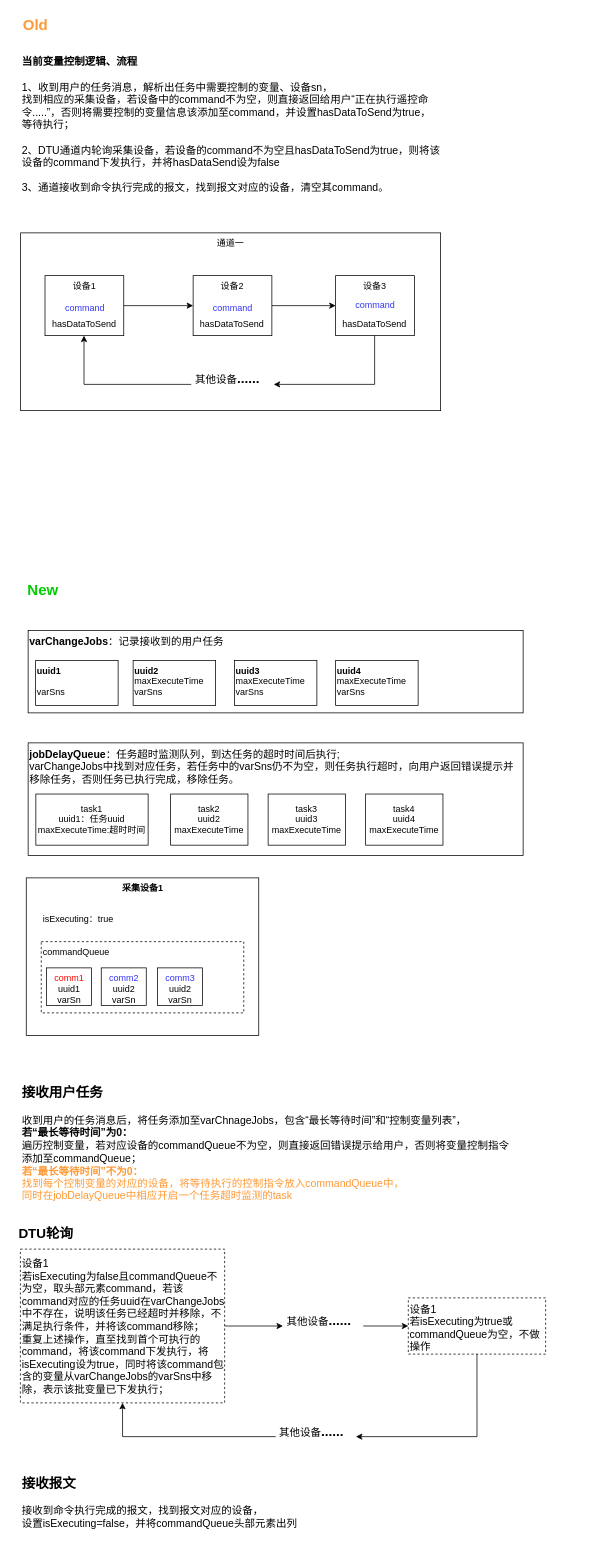
foreverfirst/draw keeps this draw.io diagram as 设备控制.drawio. Above is the earlier version. Source tidied: cells renumbered, new cells numbered last; positions are measured from the earlier drawing's top-left corner, leaving out a move shared by most shapes. Both pictures are drawn from the tidied source at 75%, with x=0, y=0 at pixel (13, 13).
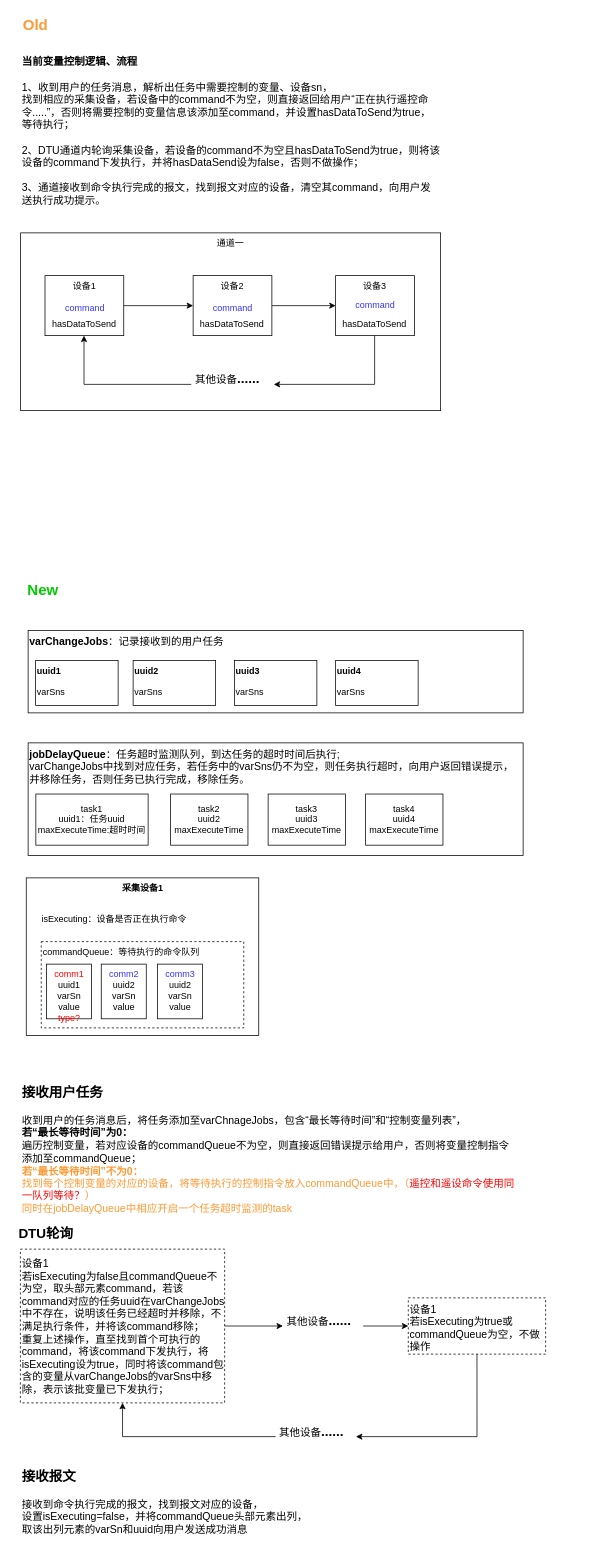
Above is the later version.

Commit message (it also covers changes not shown here):
更新设备控制.drawio

Unchanged cells that the change refers to:
```xml
<mxCell id="4" style="group;" parent="1" vertex="1">
  <mxGeometry x="20" y="823" width="660" height="110" as="geometry" />
</mxCell>
<mxCell id="10" style="group;" parent="1" vertex="1">
  <mxGeometry x="17.5" y="1153" width="310" height="210" as="geometry" />
</mxCell>
<mxCell id="18" style="group;" parent="1" vertex="1">
  <mxGeometry x="20" y="973" width="660" height="150" as="geometry" />
</mxCell>
```

The edit, as a diff of the source:
```diff
@@
-    <mxCell id="3" value="&lt;font style=&quot;font-size: 18px;&quot;&gt;&lt;b&gt;接收报文&lt;br&gt;&lt;/b&gt;&lt;/font&gt;&lt;br&gt;接收到命令执行完成的报文，找到报文对应的设备，&lt;br style=&quot;font-size: 14px;&quot;&gt;设置isExecuting=false，并将commandQueue头部元素出列" style="text;html=1;strokeColor=none;fillColor=none;align=left;verticalAlign=middle;whiteSpace=wrap;rounded=0;fontSize=14;" parent="1" vertex="1">
+    <mxCell id="3" value="&lt;font style=&quot;font-size: 18px;&quot;&gt;&lt;b&gt;接收报文&lt;br&gt;&lt;/b&gt;&lt;/font&gt;&lt;br&gt;接收到命令执行完成的报文，找到报文对应的设备，&lt;br style=&quot;font-size: 14px;&quot;&gt;设置isExecuting=false，并将commandQueue头部元素出列，&lt;br&gt;取该出列元素的varSn和uuid向用户发送成功消息" style="text;html=1;strokeColor=none;fillColor=none;align=left;verticalAlign=middle;whiteSpace=wrap;rounded=0;fontSize=14;" parent="1" vertex="1">
       <mxGeometry x="10" y="1941" width="760" height="90" as="geometry" />
     </mxCell>
@@
-    <mxCell id="7" value="&lt;b&gt;uuid2&lt;/b&gt;&lt;br&gt;maxExecuteTime&lt;br&gt;varSns" style="text;html=1;strokeColor=default;fillColor=none;align=left;verticalAlign=top;whiteSpace=wrap;rounded=0;" parent="4" vertex="1">
+    <mxCell id="7" value="&lt;b&gt;uuid2&lt;/b&gt;&lt;br&gt;&lt;br&gt;varSns" style="text;html=1;strokeColor=default;fillColor=none;align=left;verticalAlign=top;whiteSpace=wrap;rounded=0;" parent="4" vertex="1">
       <mxGeometry x="140" y="40" width="110" height="60" as="geometry" />
     </mxCell>
-    <mxCell id="8" value="&lt;b&gt;uuid3&lt;/b&gt;&lt;br&gt;maxExecuteTime&lt;br&gt;varSns" style="text;html=1;strokeColor=default;fillColor=none;align=left;verticalAlign=top;whiteSpace=wrap;rounded=0;" parent="4" vertex="1">
+    <mxCell id="8" value="&lt;b&gt;uuid3&lt;/b&gt;&lt;br&gt;&lt;br&gt;varSns" style="text;html=1;strokeColor=default;fillColor=none;align=left;verticalAlign=top;whiteSpace=wrap;rounded=0;" parent="4" vertex="1">
       <mxGeometry x="275" y="40" width="110" height="60" as="geometry" />
     </mxCell>
-    <mxCell id="9" value="&lt;b&gt;uuid4&lt;/b&gt;&lt;br&gt;maxExecuteTime&lt;br&gt;varSns" style="text;html=1;strokeColor=default;fillColor=none;align=left;verticalAlign=top;whiteSpace=wrap;rounded=0;" parent="4" vertex="1">
+    <mxCell id="9" value="&lt;b&gt;uuid4&lt;/b&gt;&lt;br&gt;&lt;br&gt;varSns" style="text;html=1;strokeColor=default;fillColor=none;align=left;verticalAlign=top;whiteSpace=wrap;rounded=0;" parent="4" vertex="1">
       <mxGeometry x="410" y="40" width="110" height="60" as="geometry" />
     </mxCell>
@@
-    <mxCell id="12" value="isExecuting：true" style="text;html=1;strokeColor=none;fillColor=none;align=center;verticalAlign=middle;whiteSpace=wrap;rounded=0;" parent="10" vertex="1">
-      <mxGeometry x="14" y="40" width="110" height="30" as="geometry" />
+    <mxCell id="12" value="isExecuting：设备是否正在执行命令" style="text;html=1;strokeColor=none;fillColor=none;align=center;verticalAlign=middle;whiteSpace=wrap;rounded=0;" parent="10" vertex="1">
+      <mxGeometry x="14" y="40" width="206" height="30" as="geometry" />
     </mxCell>
     <mxCell id="13" style="group;" parent="10" vertex="1">
-      <mxGeometry x="20" y="85" width="270" height="95" as="geometry" />
+      <mxGeometry x="20" y="85" width="270" height="115" as="geometry" />
     </mxCell>
-    <mxCell id="14" value="commandQueue" style="rounded=0;whiteSpace=wrap;html=1;align=left;verticalAlign=top;dashed=1;" parent="13" vertex="1">
-      <mxGeometry width="270" height="95" as="geometry" />
+    <mxCell id="14" value="commandQueue：等待执行的命令队列" style="rounded=0;whiteSpace=wrap;html=1;align=left;verticalAlign=top;dashed=1;" parent="13" vertex="1">
+      <mxGeometry width="270" height="115" as="geometry" />
     </mxCell>
-    <mxCell id="15" value="&lt;font color=&quot;#3333ff&quot;&gt;comm2&lt;br&gt;&lt;/font&gt;uuid2&lt;br&gt;varSn&lt;font color=&quot;#3333ff&quot;&gt;&lt;br&gt;&lt;/font&gt;" style="text;html=1;strokeColor=default;fillColor=none;align=center;verticalAlign=top;whiteSpace=wrap;rounded=0;" parent="13" vertex="1">
-      <mxGeometry x="80" y="35" width="60" height="50" as="geometry" />
+    <mxCell id="15" value="&lt;font color=&quot;#3333ff&quot;&gt;comm2&lt;br&gt;&lt;/font&gt;uuid2&lt;br&gt;varSn&lt;br&gt;value" style="text;html=1;strokeColor=default;fillColor=none;align=center;verticalAlign=top;whiteSpace=wrap;rounded=0;" parent="13" vertex="1">
+      <mxGeometry x="80" y="30" width="60" height="72.9" as="geometry" />
     </mxCell>
-    <mxCell id="16" value="&lt;font&gt;comm1&lt;br&gt;&lt;font color=&quot;#000000&quot;&gt;uuid1&lt;br&gt;varSn&lt;/font&gt;&lt;br&gt;&lt;/font&gt;" style="text;html=1;strokeColor=default;fillColor=none;align=center;verticalAlign=top;whiteSpace=wrap;rounded=0;fontColor=#FF0000;" parent="13" vertex="1">
-      <mxGeometry x="7" y="35" width="60" height="50" as="geometry" />
+    <mxCell id="16" value="&lt;font&gt;comm1&lt;br&gt;&lt;font color=&quot;#000000&quot;&gt;uuid1&lt;br&gt;varSn&lt;br&gt;value&lt;br&gt;&lt;/font&gt;type?&lt;br&gt;&lt;/font&gt;" style="text;html=1;strokeColor=default;fillColor=none;align=center;verticalAlign=top;whiteSpace=wrap;rounded=0;fontColor=#FF0000;" parent="13" vertex="1">
+      <mxGeometry x="7" y="30" width="60" height="72.9" as="geometry" />
     </mxCell>
-    <mxCell id="17" value="&lt;font color=&quot;#3333ff&quot;&gt;comm3&lt;br&gt;&lt;/font&gt;uuid2&lt;br&gt;varSn&lt;font color=&quot;#3333ff&quot;&gt;&lt;br&gt;&lt;/font&gt;" style="text;html=1;strokeColor=default;fillColor=none;align=center;verticalAlign=top;whiteSpace=wrap;rounded=0;" parent="13" vertex="1">
-      <mxGeometry x="155" y="35" width="60" height="50" as="geometry" />
+    <mxCell id="17" value="&lt;font color=&quot;#3333ff&quot;&gt;comm3&lt;br&gt;&lt;/font&gt;uuid2&lt;br&gt;varSn&lt;br&gt;value" style="text;html=1;strokeColor=default;fillColor=none;align=center;verticalAlign=top;whiteSpace=wrap;rounded=0;" parent="13" vertex="1">
+      <mxGeometry x="155" y="30" width="60" height="72.9" as="geometry" />
     </mxCell>
@@
-    <mxCell id="19" value="&lt;font style=&quot;font-size: 14px;&quot;&gt;&lt;b&gt;jobDelayQueue&lt;/b&gt;：任务超时监测队列，到达任务的超时时间后执行;&lt;br&gt;&lt;span style=&quot;border-color: var(--border-color);&quot;&gt;varChangeJobs中找到对应任务，若&lt;/span&gt;任务中的varSns仍不为空，则任务执行超时，向用户返回错误提示并移除任务，否则任务已执行完成，移除任务。&lt;/font&gt;" style="rounded=0;whiteSpace=wrap;html=1;align=left;verticalAlign=top;" parent="18" vertex="1">
+    <mxCell id="19" value="&lt;font style=&quot;font-size: 14px;&quot;&gt;&lt;b&gt;jobDelayQueue&lt;/b&gt;：任务超时监测队列，到达任务的超时时间后执行;&lt;br&gt;&lt;span style=&quot;border-color: var(--border-color);&quot;&gt;varChangeJobs中找到对应任务，若&lt;/span&gt;任务中的varSns仍不为空，则任务执行超时，向用户返回错误提示，并移除任务，否则任务已执行完成，移除任务。&lt;/font&gt;" style="rounded=0;whiteSpace=wrap;html=1;align=left;verticalAlign=top;" parent="18" vertex="1">
       <mxGeometry width="660" height="150" as="geometry" />
     </mxCell>
@@
-    <mxCell id="35" value="&lt;font style=&quot;font-size: 14px;&quot;&gt;&lt;b&gt;当前变量控制逻辑、流程&lt;/b&gt;&lt;br&gt;&lt;br&gt;1、收到用户的任务消息，解析出任务中需要控制的变量、设备sn，&lt;br&gt;找到相应的采集设备，若设备中的command不为空，则直接返回给用户“正在执行遥控命令.....”，否则将需要控制的变量信息该添加至command，并设置hasDataToSend为true，等待执行；&lt;br&gt;&lt;br&gt;2、DTU通道内轮询采集设备，若设备的command不为空且hasDataToSend为true，则将该设备的command下发执行，并将hasDataSend设为false&lt;br&gt;&lt;br&gt;3、通道接收到命令执行完成的报文，找到报文对应的设备，清空其command。&lt;br&gt;&lt;/font&gt;" style="text;html=1;strokeColor=none;fillColor=none;align=left;verticalAlign=top;whiteSpace=wrap;rounded=0;" parent="1" vertex="1">
+    <mxCell id="35" value="&lt;font style=&quot;font-size: 14px;&quot;&gt;&lt;b&gt;当前变量控制逻辑、流程&lt;/b&gt;&lt;br&gt;&lt;br&gt;1、收到用户的任务消息，解析出任务中需要控制的变量、设备sn，&lt;br&gt;找到相应的采集设备，若设备中的command不为空，则直接返回给用户“正在执行遥控命令.....”，否则将需要控制的变量信息该添加至command，并设置hasDataToSend为true，等待执行；&lt;br&gt;&lt;br&gt;2、DTU通道内轮询采集设备，若设备的command不为空且hasDataToSend为true，则将该设备的command下发执行，并将hasDataSend设为false，否则不做操作；&lt;br&gt;&lt;br&gt;3、通道接收到命令执行完成的报文，找到报文对应的设备，清空其command，向用户发送执行成功提示。&lt;br&gt;&lt;/font&gt;" style="text;html=1;strokeColor=none;fillColor=none;align=left;verticalAlign=top;whiteSpace=wrap;rounded=0;" parent="1" vertex="1">
       <mxGeometry x="10" y="50" width="560" height="210" as="geometry" />
     </mxCell>
@@
-    <mxCell id="42" value="&lt;b style=&quot;&quot;&gt;&lt;font style=&quot;font-size: 18px;&quot;&gt;接收用户任务&lt;/font&gt;&lt;br&gt;&lt;br&gt;&lt;/b&gt;收到用户的任务消息后，将任务添加至varChnageJobs，包含“最长等待时间”和“控制变量列表”，&lt;br style=&quot;border-color: var(--border-color); font-size: 14px;&quot;&gt;&lt;b style=&quot;border-color: var(--border-color); font-size: 14px;&quot;&gt;若“最长等待时间”为0：&lt;br style=&quot;border-color: var(--border-color); font-size: 14px;&quot;&gt;&lt;/b&gt;&lt;span style=&quot;font-size: 14px;&quot;&gt;遍历控制变量，若对应设备的commandQueue不为空，则直接返回错误提示给用户，否则将变量控制指令添加至commandQueue；&lt;/span&gt;&lt;br style=&quot;border-color: var(--border-color); font-size: 14px;&quot;&gt;&lt;font style=&quot;border-color: var(--border-color); font-size: 14px;&quot; color=&quot;#ff9933&quot;&gt;&lt;b style=&quot;border-color: var(--border-color); font-size: 14px;&quot;&gt;若“最长等待时间”不为0：&lt;br style=&quot;border-color: var(--border-color); font-size: 14px;&quot;&gt;&lt;/b&gt;找到每个控制变量的对应的设备，将等待执行的控制指令放入commandQueue中，&lt;br style=&quot;border-color: var(--border-color); font-size: 14px;&quot;&gt;同时在jobDelayQueue中相应开启一个任务超时监测的task&lt;/font&gt;" style="text;html=1;strokeColor=none;fillColor=none;align=left;verticalAlign=top;whiteSpace=wrap;rounded=0;fontSize=14;" parent="1" vertex="1">
+    <mxCell id="42" value="&lt;b style=&quot;&quot;&gt;&lt;font style=&quot;font-size: 18px;&quot;&gt;接收用户任务&lt;/font&gt;&lt;br&gt;&lt;br&gt;&lt;/b&gt;收到用户的任务消息后，将任务添加至varChnageJobs，包含“最长等待时间”和“控制变量列表”，&lt;br style=&quot;border-color: var(--border-color); font-size: 14px;&quot;&gt;&lt;b style=&quot;border-color: var(--border-color); font-size: 14px;&quot;&gt;若“最长等待时间”为0：&lt;br style=&quot;border-color: var(--border-color); font-size: 14px;&quot;&gt;&lt;/b&gt;&lt;span style=&quot;font-size: 14px;&quot;&gt;遍历控制变量，若对应设备的commandQueue不为空，则直接返回错误提示给用户，否则将变量控制指令添加至commandQueue；&lt;/span&gt;&lt;br style=&quot;border-color: var(--border-color); font-size: 14px;&quot;&gt;&lt;font style=&quot;border-color: var(--border-color); font-size: 14px;&quot; color=&quot;#ff9933&quot;&gt;&lt;b style=&quot;border-color: var(--border-color); font-size: 14px;&quot;&gt;若“最长等待时间”不为0：&lt;br style=&quot;border-color: var(--border-color); font-size: 14px;&quot;&gt;&lt;/b&gt;找到每个控制变量的对应的设备，将等待执行的控制指令放入commandQueue中，（&lt;/font&gt;&lt;font color=&quot;#ff0000&quot; style=&quot;border-color: var(--border-color); font-size: 14px;&quot;&gt;遥控和遥设命令使用同一队列等待？&lt;/font&gt;&lt;font style=&quot;border-color: var(--border-color); font-size: 14px;&quot; color=&quot;#ff9933&quot;&gt;）&lt;br style=&quot;border-color: var(--border-color); font-size: 14px;&quot;&gt;同时在jobDelayQueue中相应开启一个任务超时监测的task&lt;/font&gt;" style="text;html=1;strokeColor=none;fillColor=none;align=left;verticalAlign=top;whiteSpace=wrap;rounded=0;fontSize=14;" parent="1" vertex="1">
       <mxGeometry x="10" y="1423" width="660" height="160" as="geometry" />
     </mxCell>
```
